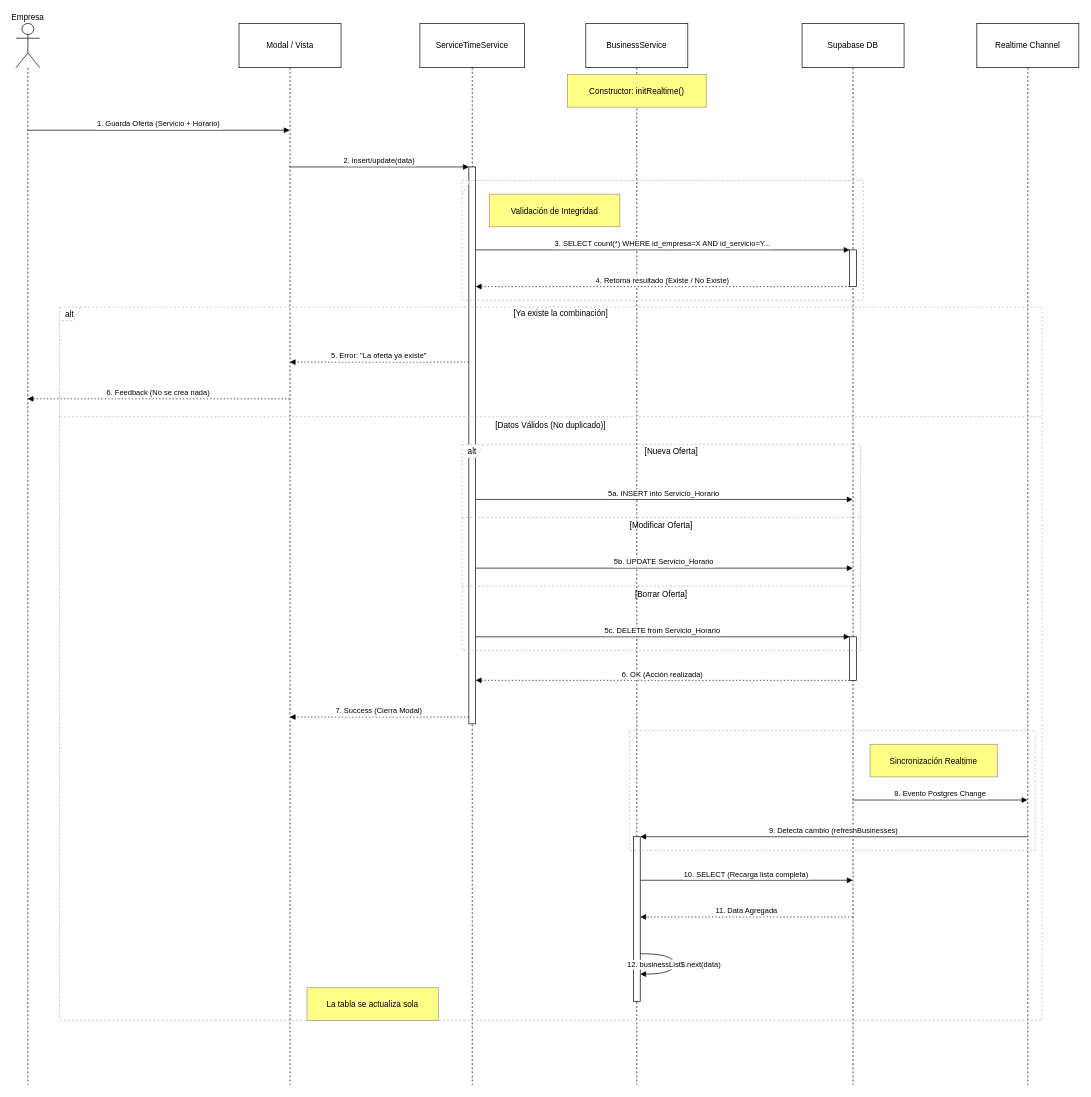
Above: docs/diagramas/secuencias/ofertas_empresas.drawio in egilp04/TFG_Cuidados (draw.io), before the change. Source tidied: cells renumbered, new cells numbered last; positions are measured from the earlier drawing's top-left corner, leaving out a move shared by most shapes. Both pictures are drawn from the tidied source at 68%, with x=0, y=0 at pixel (16, 23).
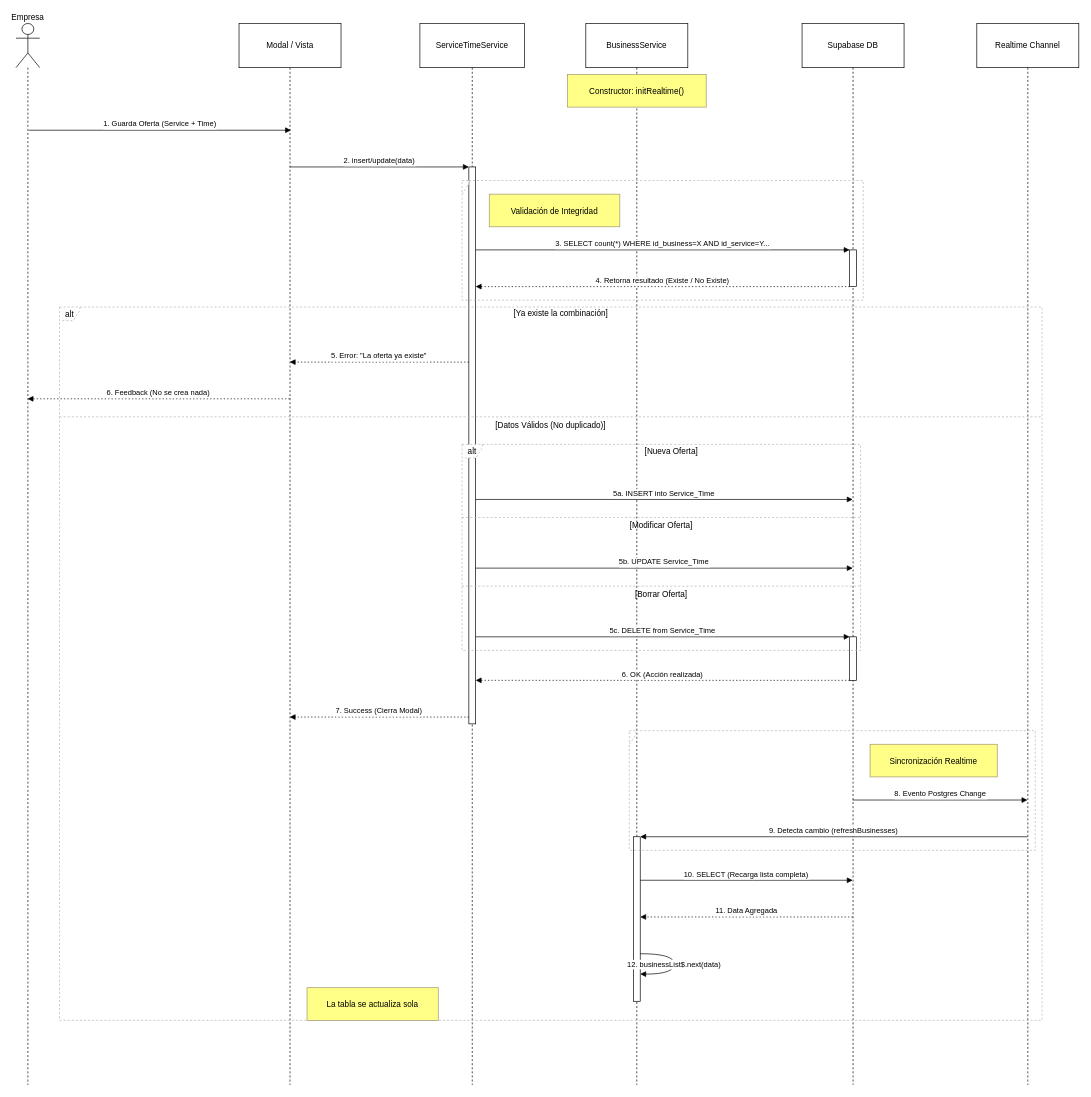
The same diagram, later.

Unchanged cells that the change refers to:
```xml
<mxCell id="2" value="Empresa" style="shape=umlLifeline;perimeter=lifelinePerimeter;whiteSpace=wrap;outlineConnect=0;portConstraint=eastwest;newEdgeStyle={&quot;edgeStyle&quot;:&quot;elbowEdgeStyle&quot;,&quot;elbow&quot;:&quot;vertical&quot;,&quot;curved&quot;:0,&quot;rounded&quot;:0};participant=umlActor;verticalAlign=bottom;labelPosition=center;verticalLabelPosition=top;align=center;size=65;" parent="1" vertex="1">
  <mxGeometry width="35" height="1561" as="geometry" />
</mxCell>
<mxCell id="3" value="Modal / Vista" style="shape=umlLifeline;perimeter=lifelinePerimeter;whiteSpace=wrap;outlineConnect=0;portConstraint=eastwest;newEdgeStyle={&quot;edgeStyle&quot;:&quot;elbowEdgeStyle&quot;,&quot;elbow&quot;:&quot;vertical&quot;,&quot;curved&quot;:0,&quot;rounded&quot;:0};size=65;" parent="1" vertex="1">
  <mxGeometry x="328" width="150" height="1561" as="geometry" />
</mxCell>
<mxCell id="5" style="points=[];perimeter=orthogonalPerimeter;outlineConnect=0;targetShapes=umlLifeline;portConstraint=eastwest;newEdgeStyle={&quot;edgeStyle&quot;:&quot;elbowEdgeStyle&quot;,&quot;elbow&quot;:&quot;vertical&quot;,&quot;curved&quot;:0,&quot;rounded&quot;:0};" parent="4" vertex="1">
  <mxGeometry x="72" y="211" width="10" height="819" as="geometry" />
</mxCell>
<mxCell id="8" value="Supabase DB" style="shape=umlLifeline;perimeter=lifelinePerimeter;whiteSpace=wrap;outlineConnect=0;portConstraint=eastwest;newEdgeStyle={&quot;edgeStyle&quot;:&quot;elbowEdgeStyle&quot;,&quot;elbow&quot;:&quot;vertical&quot;,&quot;curved&quot;:0,&quot;rounded&quot;:0};size=65;" parent="1" vertex="1">
  <mxGeometry x="1156" width="150" height="1561" as="geometry" />
</mxCell>
<mxCell id="9" style="points=[];perimeter=orthogonalPerimeter;outlineConnect=0;targetShapes=umlLifeline;portConstraint=eastwest;newEdgeStyle={&quot;edgeStyle&quot;:&quot;elbowEdgeStyle&quot;,&quot;elbow&quot;:&quot;vertical&quot;,&quot;curved&quot;:0,&quot;rounded&quot;:0};" parent="8" vertex="1">
  <mxGeometry x="70" y="333" width="10" height="54" as="geometry" />
</mxCell>
<mxCell id="10" style="points=[];perimeter=orthogonalPerimeter;outlineConnect=0;targetShapes=umlLifeline;portConstraint=eastwest;newEdgeStyle={&quot;edgeStyle&quot;:&quot;elbowEdgeStyle&quot;,&quot;elbow&quot;:&quot;vertical&quot;,&quot;curved&quot;:0,&quot;rounded&quot;:0};" parent="8" vertex="1">
  <mxGeometry x="70" y="902" width="10" height="64" as="geometry" />
</mxCell>
```

What changed in the source:
```diff
@@
-    <mxCell id="23" value="1. Guarda Oferta (Servicio + Horario)" style="verticalAlign=bottom;edgeStyle=elbowEdgeStyle;elbow=vertical;curved=0;rounded=0;endArrow=block;" parent="1" edge="1" source="2" target="3">
+    <mxCell id="23" value="1. Guarda Oferta (Service + Time)" style="verticalAlign=bottom;edgeStyle=elbowEdgeStyle;elbow=vertical;curved=0;rounded=0;endArrow=block;" parent="1" edge="1">
       <mxGeometry relative="1" as="geometry">
+        <mxPoint x="18.9" y="157" as="sourcePoint" />
+        <mxPoint x="404.5" y="157" as="targetPoint" />
         <Array as="points">
-          <mxPoint x="248" y="157" />
+          <mxPoint x="250" y="157" />
         </Array>
       </mxGeometry>
     </mxCell>
@@
-    <mxCell id="25" value="3. SELECT count(*) WHERE id_empresa=X AND id_servicio=Y..." style="verticalAlign=bottom;edgeStyle=elbowEdgeStyle;elbow=vertical;curved=0;rounded=0;endArrow=block;" parent="1" edge="1" source="5" target="9">
+    <mxCell id="25" value="3. SELECT count(*) WHERE id_business=X AND id_service=Y..." style="verticalAlign=bottom;edgeStyle=elbowEdgeStyle;elbow=vertical;curved=0;rounded=0;endArrow=block;" parent="1" edge="1" source="5" target="9">
       <mxGeometry relative="1" as="geometry">
         <Array as="points">
           <mxPoint x="962" y="333" />
         </Array>
       </mxGeometry>
     </mxCell>
@@
-    <mxCell id="29" value="5a. INSERT into Servicio_Horario" style="verticalAlign=bottom;edgeStyle=elbowEdgeStyle;elbow=vertical;curved=0;rounded=0;endArrow=block;" parent="1" edge="1" source="5" target="8">
+    <mxCell id="29" value="5a. INSERT into Service_Time" style="verticalAlign=bottom;edgeStyle=elbowEdgeStyle;elbow=vertical;curved=0;rounded=0;endArrow=block;" parent="1" edge="1" source="5" target="8">
       <mxGeometry relative="1" as="geometry">
         <Array as="points">
           <mxPoint x="962" y="700" />
         </Array>
       </mxGeometry>
     </mxCell>
-    <mxCell id="30" value="5b. UPDATE Servicio_Horario" style="verticalAlign=bottom;edgeStyle=elbowEdgeStyle;elbow=vertical;curved=0;rounded=0;endArrow=block;" parent="1" edge="1" source="5" target="8">
+    <mxCell id="30" value="5b. UPDATE Service_Time" style="verticalAlign=bottom;edgeStyle=elbowEdgeStyle;elbow=vertical;curved=0;rounded=0;endArrow=block;" parent="1" edge="1" source="5" target="8">
       <mxGeometry relative="1" as="geometry">
         <Array as="points">
           <mxPoint x="962" y="801" />
         </Array>
       </mxGeometry>
     </mxCell>
-    <mxCell id="31" value="5c. DELETE from Servicio_Horario" style="verticalAlign=bottom;edgeStyle=elbowEdgeStyle;elbow=vertical;curved=0;rounded=0;endArrow=block;" parent="1" edge="1" source="5" target="10">
+    <mxCell id="31" value="5c. DELETE from Service_Time" style="verticalAlign=bottom;edgeStyle=elbowEdgeStyle;elbow=vertical;curved=0;rounded=0;endArrow=block;" parent="1" edge="1" source="5" target="10">
       <mxGeometry relative="1" as="geometry">
         <Array as="points">
           <mxPoint x="962" y="902" />
         </Array>
       </mxGeometry>
     </mxCell>
```
